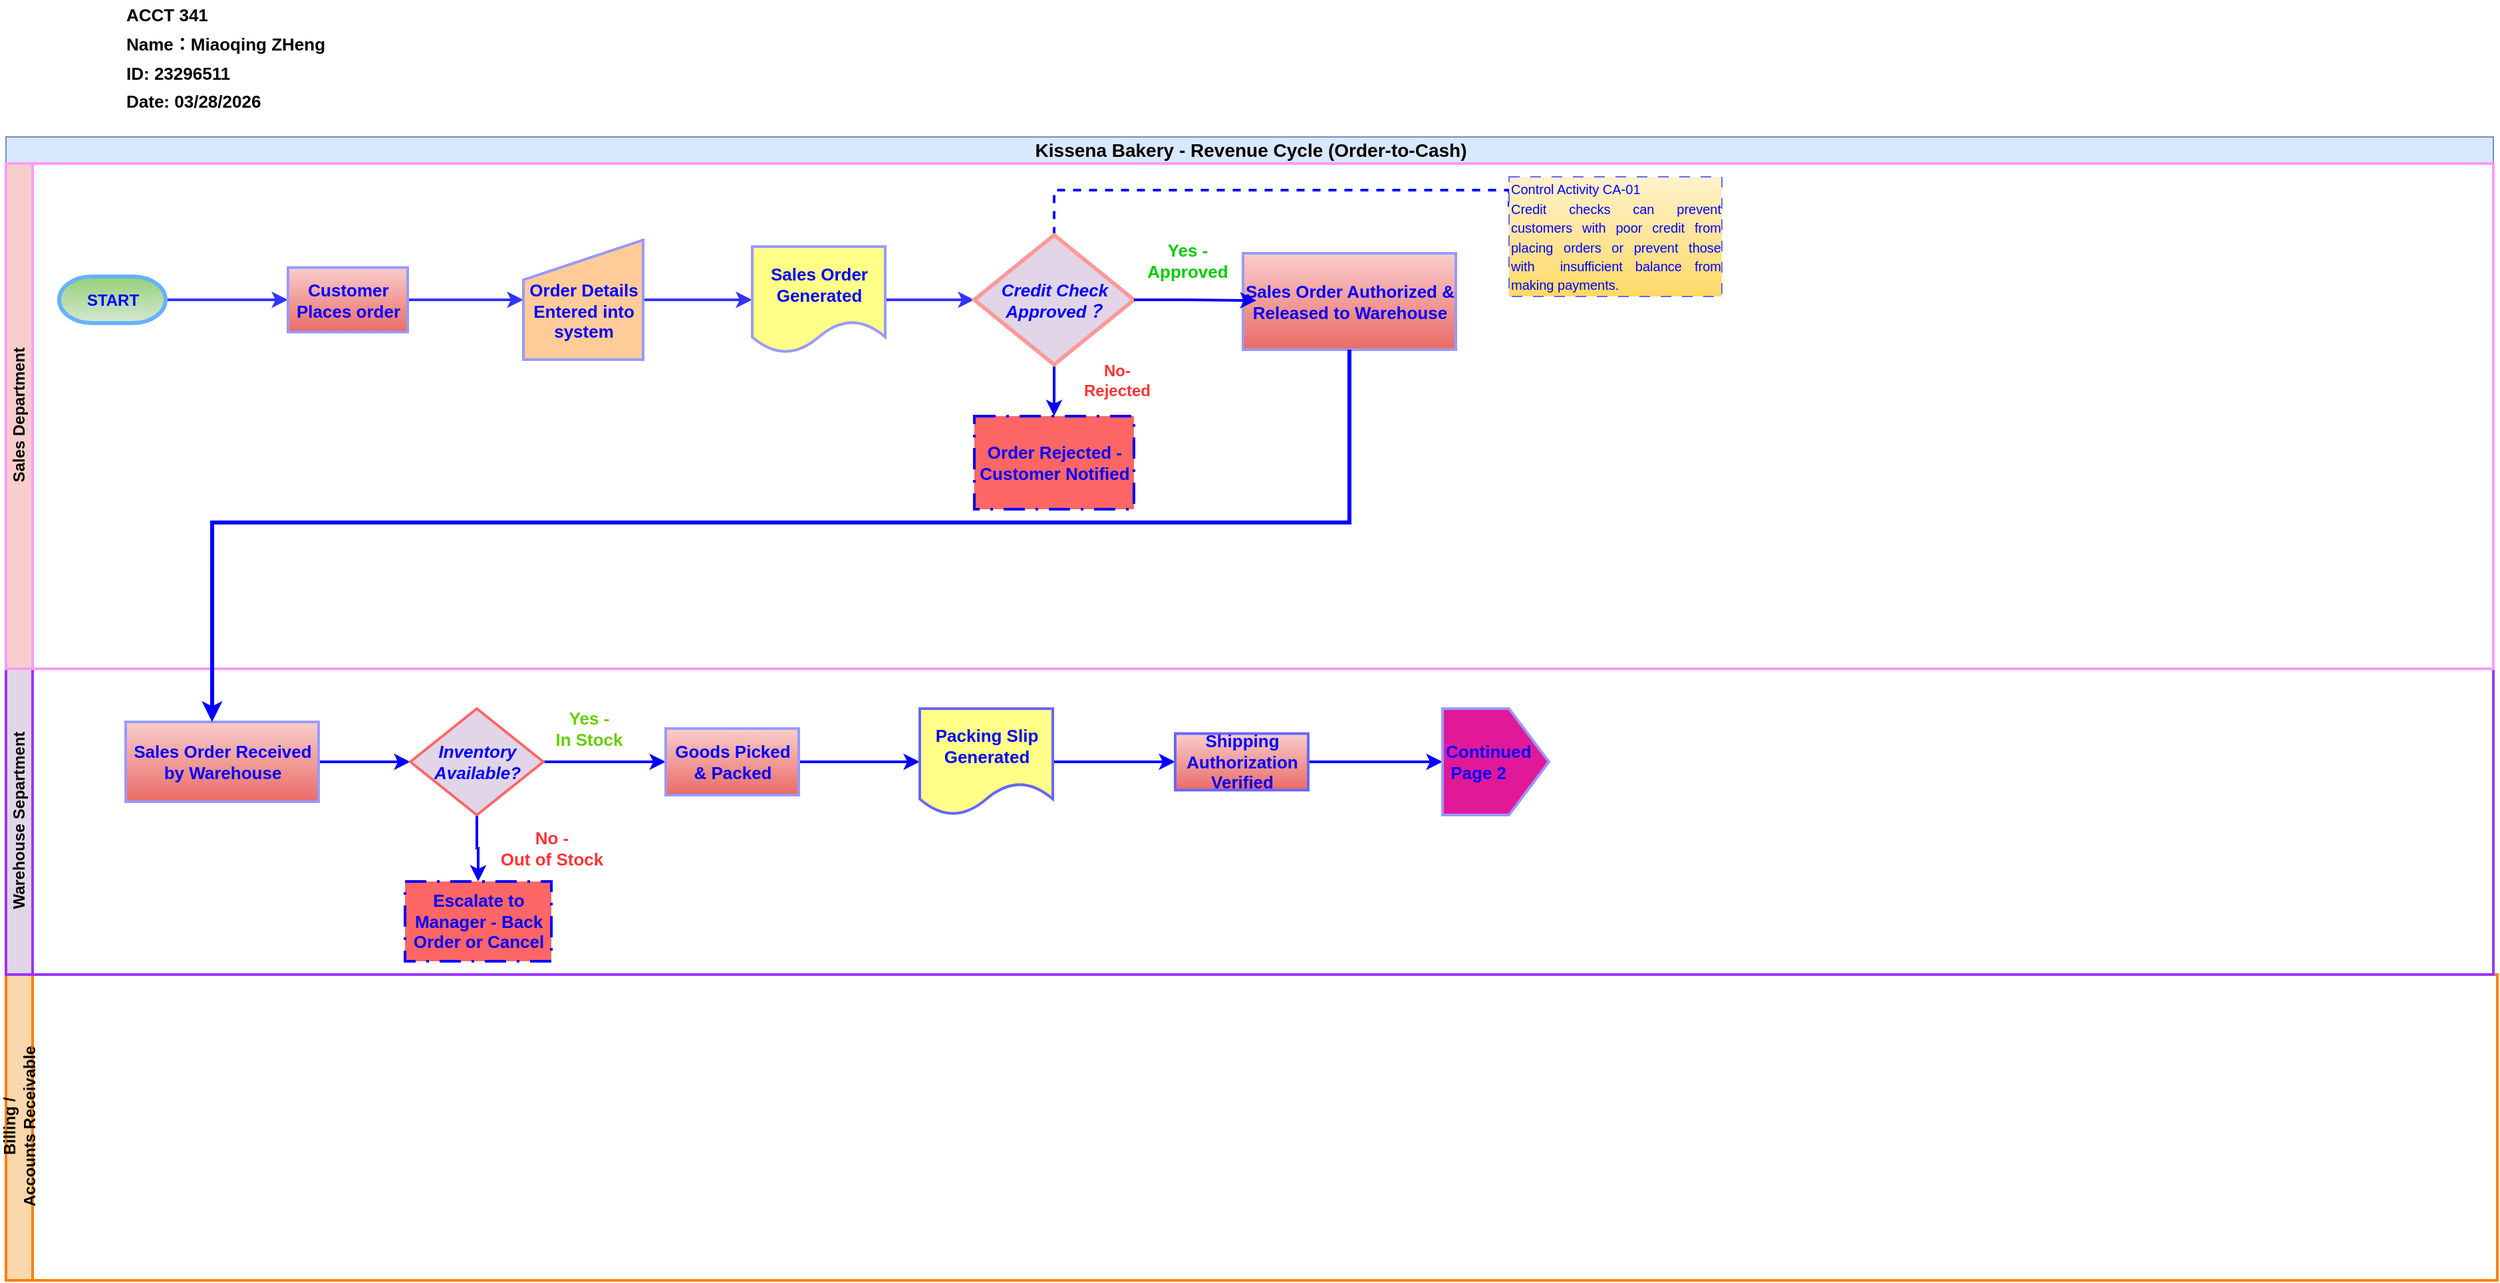
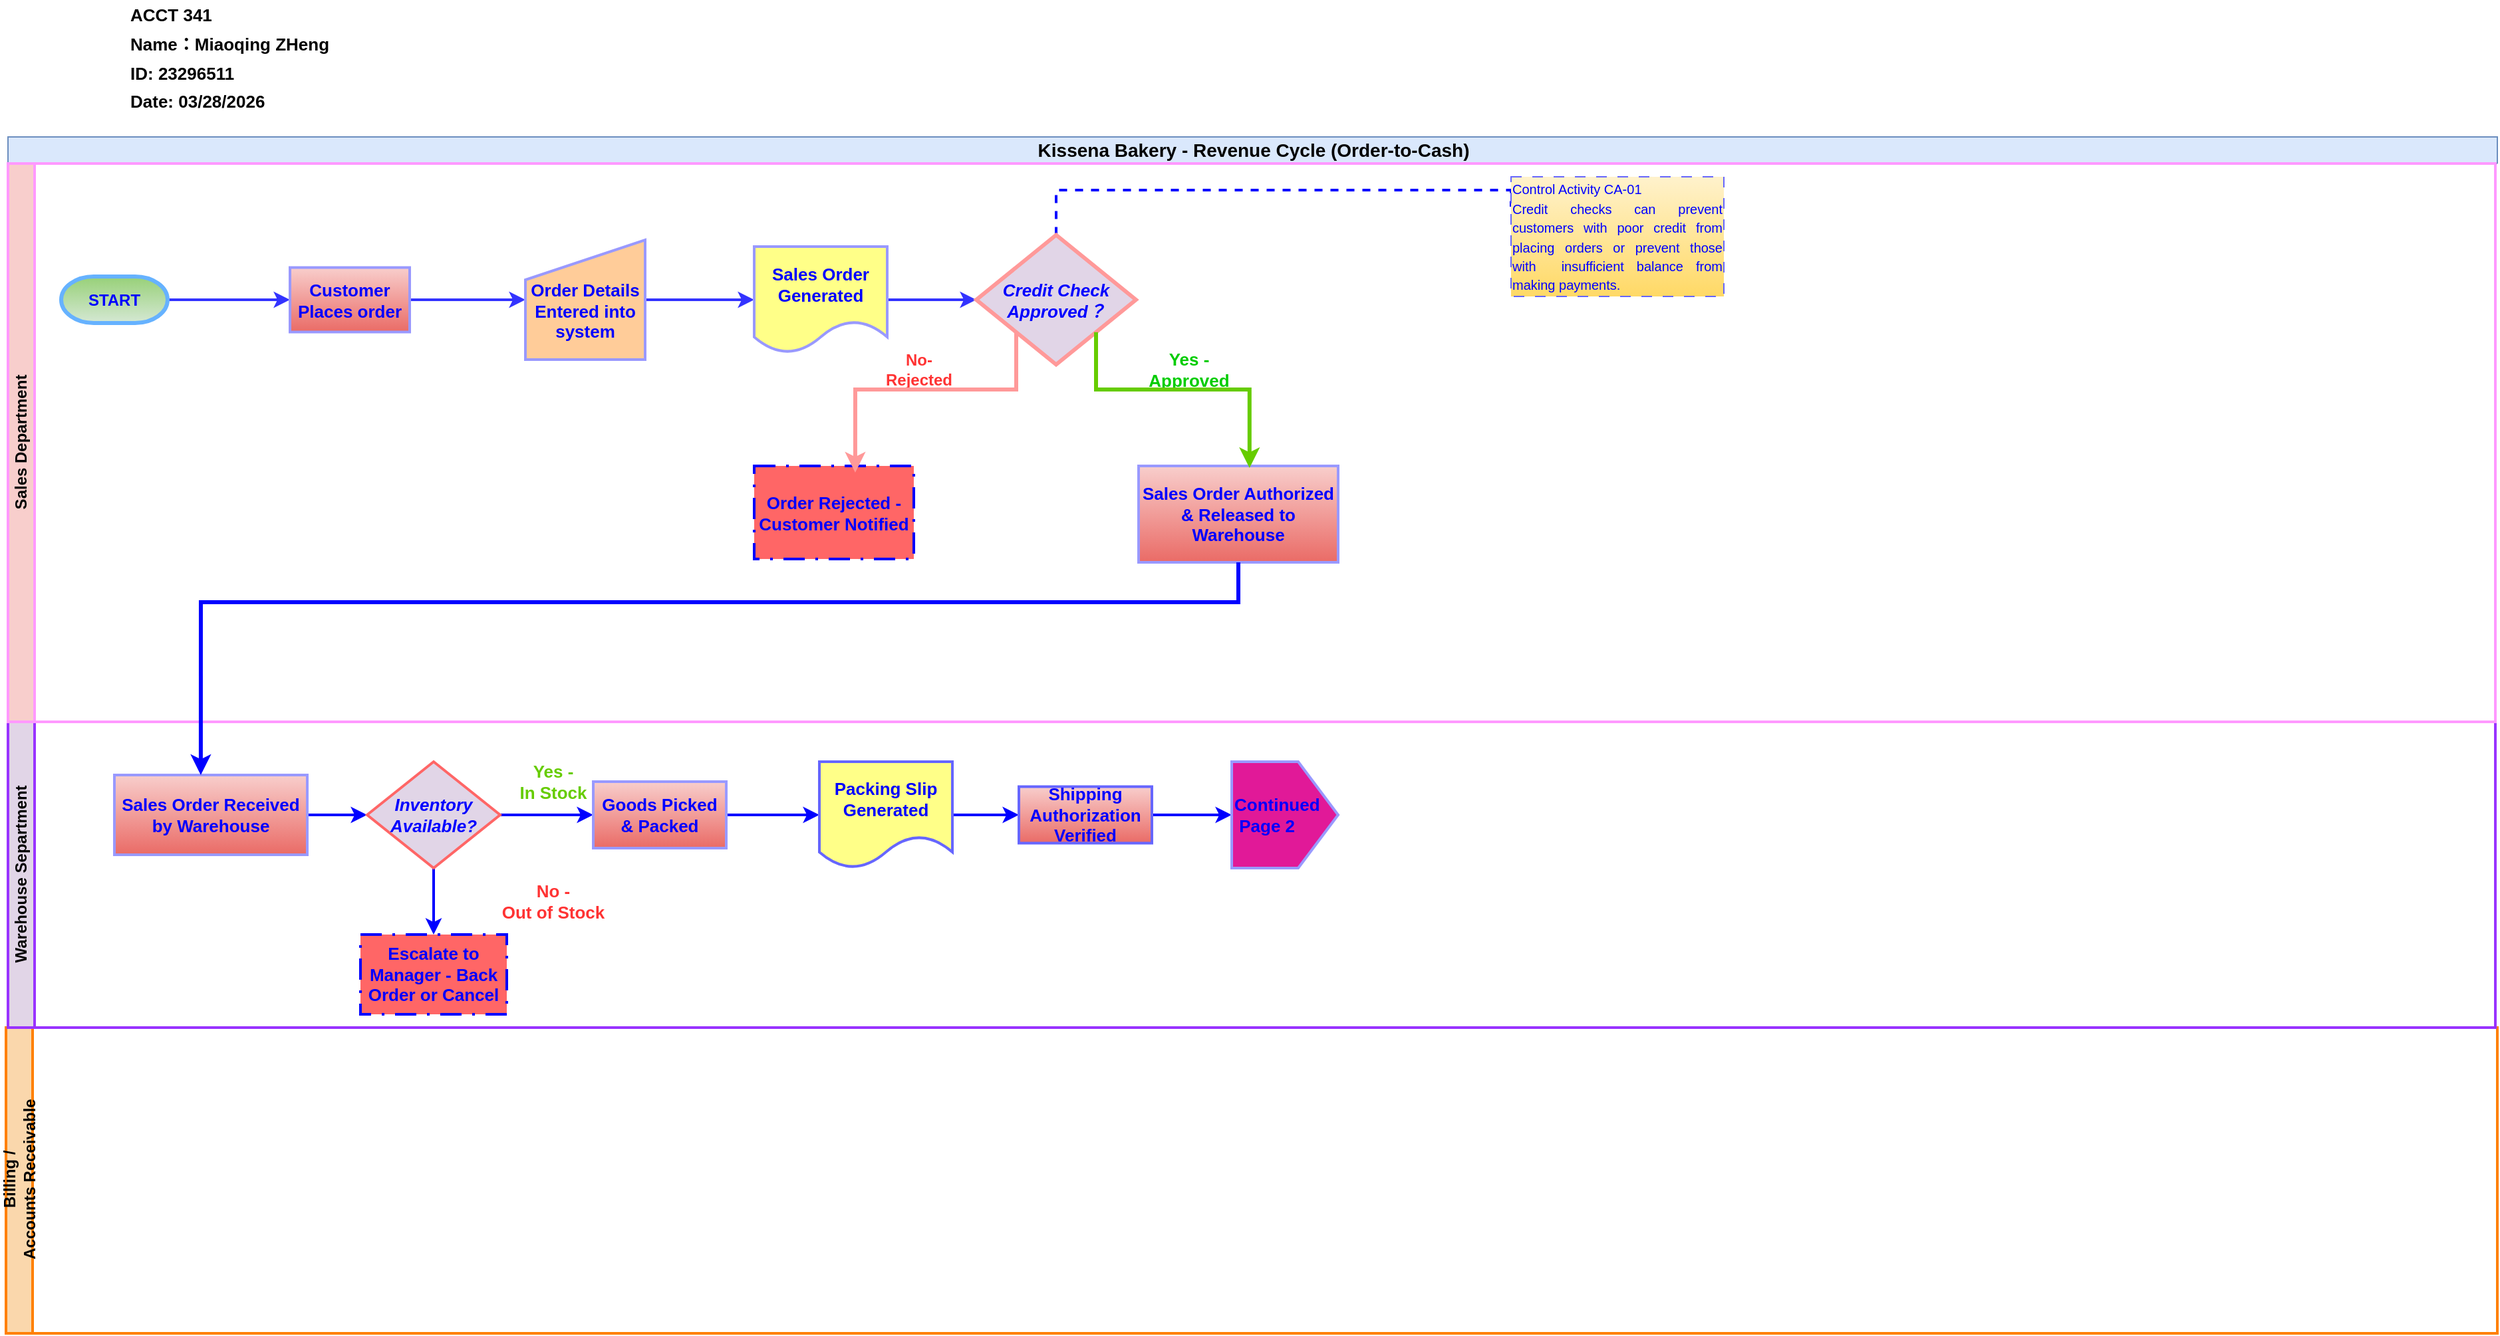
<mxfile host="app.diagrams.net" agent="Mozilla/5.0 (Windows NT 10.0; Win64; x64) AppleWebKit/537.36 (KHTML, like Gecko) Chrome/146.0.0.0 Safari/537.36" version="29.6.6" pages="2">
  <diagram name="Page-1" id="klMabU_GDppZGB9yFFRy">
    <mxGraphModel dx="2066" dy="743" grid="1" gridSize="10" guides="1" tooltips="1" connect="1" arrows="1" fold="1" page="1" pageScale="1" pageWidth="1100" pageHeight="850" math="0" shadow="0">
      <root>
        <mxCell id="0" />
        <mxCell id="1" parent="0" />
        <mxCell id="0vQu63eh7_hz7IOFjZfk-1" parent="1" style="swimlane;childLayout=stackLayout;resizeParent=1;resizeParentMax=0;horizontal=1;startSize=20;horizontalStack=0;html=1;fillColor=#dae8fc;strokeColor=#6c8ebf;" value="&lt;div style=&quot;text-align: start;&quot;&gt;&lt;font style=&quot;font-size: 14px;&quot;&gt;Kissena Bakery - Revenue Cycle (Order-to-Cash)&lt;/font&gt;&lt;/div&gt;" vertex="1">
-           <mxGeometry height="20" width="1870" x="81.5" y="130" as="geometry" />
+           <mxGeometry height="20" width="1871.5" x="80" y="130" as="geometry" />
        </mxCell>
        <mxCell id="0vQu63eh7_hz7IOFjZfk-4" parent="1" style="swimlane;startSize=20;horizontal=0;html=1;fillColor=#fad7ac;strokeColor=#FF8000;strokeWidth=2;" value="Billing /&lt;br&gt;Accounts Receivable" vertex="1">
-           <mxGeometry height="230" width="1873" x="81.5" y="760" as="geometry">
+           <mxGeometry height="230" width="1873" x="78.5" y="800" as="geometry">
            <mxRectangle height="30" width="500" y="310" as="alternateBounds" />
          </mxGeometry>
        </mxCell>
        <mxCell id="0YdZOAwKbOOHbmaocjk8-1" parent="1" style="text;html=1;whiteSpace=wrap;strokeColor=none;fillColor=none;align=left;verticalAlign=middle;rounded=0;fontSize=18;fontStyle=1" value="&lt;div&gt;&lt;font style=&quot;font-size: 13px;&quot;&gt;ACCT 341&lt;/font&gt;&lt;/div&gt;&lt;font style=&quot;font-size: 13px;&quot;&gt;Name：Miaoqing ZHeng&lt;/font&gt;&lt;div&gt;&lt;font style=&quot;font-size: 13px;&quot;&gt;ID: 23296511&lt;/font&gt;&lt;/div&gt;&lt;div&gt;&lt;font style=&quot;font-size: 13px;&quot;&gt;Date: 03/28/2026&lt;/font&gt;&lt;/div&gt;" vertex="1">
          <mxGeometry height="60" width="329" x="170" y="40" as="geometry" />
        </mxCell>
        <mxCell id="0vQu63eh7_hz7IOFjZfk-3" parent="1" style="swimlane;startSize=20;horizontal=0;html=1;fillColor=#e1d5e7;strokeColor=#9933FF;strokeWidth=2;" value="Warehouse Separtment" vertex="1">
-           <mxGeometry height="230" width="1870" x="81.5" y="530" as="geometry" />
+           <mxGeometry height="230" width="1870" x="80" y="570" as="geometry" />
        </mxCell>
        <mxCell id="pGH0SQg9JUakCyH8bkGQ-32" edge="1" parent="0vQu63eh7_hz7IOFjZfk-3" source="0vQu63eh7_hz7IOFjZfk-73" style="edgeStyle=orthogonalEdgeStyle;rounded=0;orthogonalLoop=1;jettySize=auto;html=1;exitX=1;exitY=0.5;exitDx=0;exitDy=0;entryX=0;entryY=0.5;entryDx=0;entryDy=0;strokeColor=#0000FF;strokeWidth=2;" target="0vQu63eh7_hz7IOFjZfk-92">
          <mxGeometry relative="1" as="geometry" />
        </mxCell>
        <mxCell id="0vQu63eh7_hz7IOFjZfk-73" parent="0vQu63eh7_hz7IOFjZfk-3" style="html=1;dashed=0;whiteSpace=wrap;fillColor=#f8cecc;gradientColor=#ea6b66;strokeColor=#9999FF;strokeWidth=2;" value="&lt;font style=&quot;font-size: 13px; color: rgb(0, 0, 255);&quot;&gt;&lt;b&gt;Sales Order Received by Warehouse&lt;/b&gt;&lt;/font&gt;" vertex="1">
-           <mxGeometry height="60" width="145" x="90" y="40" as="geometry" />
+           <mxGeometry height="60" width="145" x="80" y="40" as="geometry" />
        </mxCell>
        <mxCell id="pGH0SQg9JUakCyH8bkGQ-31" edge="1" parent="0vQu63eh7_hz7IOFjZfk-3" source="0vQu63eh7_hz7IOFjZfk-92" style="edgeStyle=orthogonalEdgeStyle;rounded=0;orthogonalLoop=1;jettySize=auto;html=1;exitX=1;exitY=0.5;exitDx=0;exitDy=0;entryX=0;entryY=0.5;entryDx=0;entryDy=0;strokeColor=#0000FF;strokeWidth=2;" target="0vQu63eh7_hz7IOFjZfk-106">
          <mxGeometry relative="1" as="geometry" />
        </mxCell>
        <mxCell id="pGH0SQg9JUakCyH8bkGQ-34" edge="1" parent="0vQu63eh7_hz7IOFjZfk-3" source="0vQu63eh7_hz7IOFjZfk-92" style="edgeStyle=orthogonalEdgeStyle;rounded=0;orthogonalLoop=1;jettySize=auto;html=1;exitX=0.5;exitY=1;exitDx=0;exitDy=0;entryX=0.5;entryY=0;entryDx=0;entryDy=0;strokeColor=#0000FF;strokeWidth=2;" target="0vQu63eh7_hz7IOFjZfk-96">
          <mxGeometry relative="1" as="geometry" />
        </mxCell>
        <mxCell id="0vQu63eh7_hz7IOFjZfk-92" parent="0vQu63eh7_hz7IOFjZfk-3" style="rhombus;whiteSpace=wrap;html=1;fillColor=#e1d5e7;strokeColor=light-dark(#FF6666,#FF3333);strokeWidth=2;" value="&lt;font style=&quot;font-size: 13px; color: rgb(0, 0, 255);&quot;&gt;&lt;b&gt;&lt;i&gt;Inventory Available?&lt;/i&gt;&lt;/b&gt;&lt;/font&gt;" vertex="1">
-           <mxGeometry height="80" width="100" x="304" y="30" as="geometry" />
+           <mxGeometry height="80" width="100" x="270" y="30" as="geometry" />
        </mxCell>
        <mxCell id="0vQu63eh7_hz7IOFjZfk-96" parent="0vQu63eh7_hz7IOFjZfk-3" style="html=1;dashed=1;whiteSpace=wrap;fillColor=#FF6666;strokeColor=#0000FF;fontColor=#ffffff;dashPattern=8 4 1 4;strokeWidth=2;" value="&lt;b&gt;&lt;font style=&quot;font-size: 13px; color: rgb(0, 0, 255);&quot;&gt;Escalate to Manager - Back Order or Cancel&lt;/font&gt;&lt;/b&gt;" vertex="1">
-           <mxGeometry height="60" width="110" x="300" y="160" as="geometry" />
+           <mxGeometry height="60" width="110" x="265" y="160" as="geometry" />
        </mxCell>
        <mxCell id="46-Umk2mzS9Czotzx1H9-6" edge="1" parent="0vQu63eh7_hz7IOFjZfk-3" source="0vQu63eh7_hz7IOFjZfk-106" style="edgeStyle=orthogonalEdgeStyle;rounded=0;orthogonalLoop=1;jettySize=auto;html=1;exitX=1;exitY=0.5;exitDx=0;exitDy=0;entryX=0;entryY=0.5;entryDx=0;entryDy=0;strokeColor=#0000FF;strokeWidth=2;" target="0vQu63eh7_hz7IOFjZfk-110">
          <mxGeometry relative="1" as="geometry" />
        </mxCell>
        <mxCell id="0vQu63eh7_hz7IOFjZfk-106" parent="0vQu63eh7_hz7IOFjZfk-3" style="html=1;dashed=0;whiteSpace=wrap;strokeWidth=2;fillColor=#f8cecc;gradientColor=#ea6b66;strokeColor=#9999FF;" value="&lt;font style=&quot;font-size: 13px; color: rgb(0, 0, 255);&quot;&gt;&lt;b&gt;Goods Picked &amp;amp; Packed&lt;/b&gt;&lt;/font&gt;" vertex="1">
-           <mxGeometry height="50" width="100" x="496" y="45" as="geometry" />
+           <mxGeometry height="50" width="100" x="440" y="45" as="geometry" />
        </mxCell>
        <mxCell id="46-Umk2mzS9Czotzx1H9-8" edge="1" parent="0vQu63eh7_hz7IOFjZfk-3" source="0vQu63eh7_hz7IOFjZfk-110" style="edgeStyle=orthogonalEdgeStyle;rounded=0;orthogonalLoop=1;jettySize=auto;html=1;exitX=1;exitY=0.5;exitDx=0;exitDy=0;entryX=0;entryY=0.5;entryDx=0;entryDy=0;strokeColor=#0000FF;strokeWidth=2;" target="0vQu63eh7_hz7IOFjZfk-112">
          <mxGeometry relative="1" as="geometry" />
        </mxCell>
        <mxCell id="0vQu63eh7_hz7IOFjZfk-110" parent="0vQu63eh7_hz7IOFjZfk-3" style="shape=document;whiteSpace=wrap;html=1;boundedLbl=1;strokeWidth=2;fillColor=#ffff88;strokeColor=#6666FF;" value="&lt;font style=&quot;font-size: 13px; color: rgb(0, 0, 255);&quot;&gt;&lt;b&gt;Packing Slip Generated&lt;/b&gt;&lt;/font&gt;" vertex="1">
-           <mxGeometry height="80" width="100" x="687" y="30" as="geometry" />
+           <mxGeometry height="80" width="100" x="610" y="30" as="geometry" />
        </mxCell>
        <mxCell id="G1smnQENkRiUrPdJOTDi-2" edge="1" parent="0vQu63eh7_hz7IOFjZfk-3" source="0vQu63eh7_hz7IOFjZfk-112" style="edgeStyle=orthogonalEdgeStyle;rounded=0;orthogonalLoop=1;jettySize=auto;html=1;exitX=1;exitY=0.5;exitDx=0;exitDy=0;entryX=0.5;entryY=0;entryDx=0;entryDy=0;strokeColor=#0000FF;strokeWidth=2;" target="G1smnQENkRiUrPdJOTDi-1">
          <mxGeometry relative="1" as="geometry" />
        </mxCell>
        <mxCell id="0vQu63eh7_hz7IOFjZfk-112" parent="0vQu63eh7_hz7IOFjZfk-3" style="html=1;dashed=0;whiteSpace=wrap;strokeColor=#6666FF;fillColor=#f8cecc;gradientColor=#ea6b66;fontStyle=1;strokeWidth=2;" value="&lt;font style=&quot;font-size: 13px; color: rgb(0, 0, 255);&quot;&gt;Shipping Authorization Verified&lt;/font&gt;" vertex="1">
-           <mxGeometry height="42.5" width="100" x="879" y="48.75" as="geometry" />
+           <mxGeometry height="42.5" width="100" x="760" y="48.75" as="geometry" />
        </mxCell>
        <mxCell id="0vQu63eh7_hz7IOFjZfk-98" parent="0vQu63eh7_hz7IOFjZfk-3" style="text;html=1;whiteSpace=wrap;strokeColor=none;fillColor=none;align=center;verticalAlign=middle;rounded=0;fontColor=#FF3333;" value="&lt;font style=&quot;font-size: 13px;&quot;&gt;&lt;b&gt;No - &lt;br&gt;Out of Stock&lt;/b&gt;&lt;/font&gt;" vertex="1">
          <mxGeometry height="30" width="80" x="370" y="120" as="geometry" />
        </mxCell>
        <mxCell id="G1smnQENkRiUrPdJOTDi-1" parent="0vQu63eh7_hz7IOFjZfk-3" style="shape=offPageConnector;whiteSpace=wrap;html=1;direction=north;strokeColor=#9999FF;fillColor=#E11998;align=left;strokeWidth=2;" value="&lt;b style=&quot;color: rgb(0, 0, 255); font-size: 13px; text-wrap-mode: nowrap;&quot;&gt;Continued&lt;br&gt;&amp;nbsp;Page 2&lt;/b&gt;" vertex="1">
-           <mxGeometry height="80" width="80" x="1080" y="30" as="geometry" />
-         </mxCell>
-         <mxCell id="0vQu63eh7_hz7IOFjZfk-2" parent="0vQu63eh7_hz7IOFjZfk-3" style="swimlane;startSize=20;horizontal=0;html=1;fillColor=#f8cecc;strokeColor=#FF99FF;strokeWidth=2;" value="Sales Department" vertex="1">
-           <mxGeometry height="380" width="1870" y="-380" as="geometry">
+           <mxGeometry height="80" width="80" x="920" y="30" as="geometry" />
+         </mxCell>
+         <mxCell id="46-Umk2mzS9Czotzx1H9-12" parent="0vQu63eh7_hz7IOFjZfk-3" style="text;html=1;whiteSpace=wrap;strokeColor=none;fillColor=none;align=center;verticalAlign=middle;rounded=0;" value="&lt;b style=&quot;color: rgb(102, 204, 0);&quot;&gt;&lt;font style=&quot;font-size: 13px;&quot;&gt;Yes -&lt;br&gt;In Stock&lt;/font&gt;&lt;/b&gt;" vertex="1">
+           <mxGeometry height="30" width="80" x="370" y="30" as="geometry" />
+         </mxCell>
+         <mxCell id="0vQu63eh7_hz7IOFjZfk-2" parent="1" style="swimlane;startSize=20;horizontal=0;html=1;fillColor=#f8cecc;strokeColor=#FF99FF;strokeWidth=2;" value="Sales Department" vertex="1">
+           <mxGeometry height="420" width="1870" x="80" y="150" as="geometry">
            <mxRectangle height="30" width="610" y="20" as="alternateBounds" />
          </mxGeometry>
        </mxCell>
        <mxCell id="0vQu63eh7_hz7IOFjZfk-43" edge="1" parent="0vQu63eh7_hz7IOFjZfk-2" source="0vQu63eh7_hz7IOFjZfk-10" style="edgeStyle=orthogonalEdgeStyle;rounded=0;orthogonalLoop=1;jettySize=auto;html=1;exitX=0;exitY=0.5;exitDx=0;exitDy=0;exitPerimeter=0;entryX=0;entryY=0.5;entryDx=0;entryDy=0;strokeColor=#3333FF;strokeWidth=2;" target="0vQu63eh7_hz7IOFjZfk-15">
          <mxGeometry relative="1" as="geometry" />
        </mxCell>
        <mxCell id="0vQu63eh7_hz7IOFjZfk-10" parent="0vQu63eh7_hz7IOFjZfk-2" style="strokeWidth=3;html=1;shape=mxgraph.flowchart.terminator;whiteSpace=wrap;direction=west;fillColor=#d5e8d4;gradientColor=#97d077;strokeColor=#66B2FF;" value="&lt;b&gt;&lt;font style=&quot;color: rgb(0, 0, 255);&quot;&gt;START&lt;/font&gt;&lt;/b&gt;" vertex="1">
          <mxGeometry height="35" width="80" x="40" y="85" as="geometry" />
        </mxCell>
        <mxCell id="46-Umk2mzS9Czotzx1H9-2" edge="1" parent="0vQu63eh7_hz7IOFjZfk-2" source="0vQu63eh7_hz7IOFjZfk-15" style="edgeStyle=orthogonalEdgeStyle;rounded=0;orthogonalLoop=1;jettySize=auto;html=1;exitX=1;exitY=0.5;exitDx=0;exitDy=0;entryX=0;entryY=0.5;entryDx=0;entryDy=0;strokeColor=#3333FF;strokeWidth=2;" target="0vQu63eh7_hz7IOFjZfk-20">
          <mxGeometry relative="1" as="geometry" />
        </mxCell>
        <mxCell id="0vQu63eh7_hz7IOFjZfk-15" parent="0vQu63eh7_hz7IOFjZfk-2" style="html=1;dashed=0;whiteSpace=wrap;strokeWidth=2;fillColor=#f8cecc;strokeColor=#9999FF;gradientColor=#ea6b66;" value="&lt;font style=&quot;font-size: 13px; color: rgb(0, 0, 255);&quot;&gt;&lt;b style=&quot;&quot;&gt;Customer Places order&lt;/b&gt;&lt;/font&gt;" vertex="1">
          <mxGeometry height="48.5" width="90" x="212" y="78.25" as="geometry" />
        </mxCell>
        <mxCell id="46-Umk2mzS9Czotzx1H9-3" edge="1" parent="0vQu63eh7_hz7IOFjZfk-2" source="0vQu63eh7_hz7IOFjZfk-20" style="edgeStyle=orthogonalEdgeStyle;rounded=0;orthogonalLoop=1;jettySize=auto;html=1;exitX=1;exitY=0.5;exitDx=0;exitDy=0;entryX=0;entryY=0.5;entryDx=0;entryDy=0;strokeColor=#3333FF;strokeWidth=2;" target="0vQu63eh7_hz7IOFjZfk-30">
          <mxGeometry relative="1" as="geometry" />
        </mxCell>
        <mxCell id="0vQu63eh7_hz7IOFjZfk-20" parent="0vQu63eh7_hz7IOFjZfk-2" style="shape=manualInput;whiteSpace=wrap;html=1;align=center;fillColor=#ffcc99;strokeColor=#9999FF;strokeWidth=2;" value="&lt;div style=&quot;&quot;&gt;&lt;span style=&quot;background-color: transparent;&quot;&gt;&lt;b style=&quot;&quot;&gt;&lt;font style=&quot;font-size: 13px; color: rgb(0, 0, 255);&quot;&gt;&lt;br&gt;&lt;/font&gt;&lt;/b&gt;&lt;/span&gt;&lt;/div&gt;&lt;div style=&quot;&quot;&gt;&lt;span style=&quot;background-color: transparent;&quot;&gt;&lt;b style=&quot;&quot;&gt;&lt;font style=&quot;font-size: 13px; color: rgb(0, 0, 255);&quot;&gt;Order Details Entered into system&lt;/font&gt;&lt;/b&gt;&lt;/span&gt;&lt;/div&gt;" vertex="1">
          <mxGeometry height="90" width="90" x="389" y="57.5" as="geometry" />
        </mxCell>
        <mxCell id="0vQu63eh7_hz7IOFjZfk-35" edge="1" parent="0vQu63eh7_hz7IOFjZfk-2" style="edgeStyle=orthogonalEdgeStyle;rounded=0;orthogonalLoop=1;jettySize=auto;html=1;exitX=0;exitY=0.5;exitDx=0;exitDy=0;">
          <mxGeometry relative="1" as="geometry">
            <mxPoint x="410" y="105" as="sourcePoint" />
            <mxPoint x="410" y="105" as="targetPoint" />
          </mxGeometry>
        </mxCell>
        <mxCell id="46-Umk2mzS9Czotzx1H9-4" edge="1" parent="0vQu63eh7_hz7IOFjZfk-2" source="0vQu63eh7_hz7IOFjZfk-30" style="edgeStyle=orthogonalEdgeStyle;rounded=0;orthogonalLoop=1;jettySize=auto;html=1;exitX=1;exitY=0.5;exitDx=0;exitDy=0;entryX=0;entryY=0.5;entryDx=0;entryDy=0;strokeColor=#3333FF;strokeWidth=2;" target="0vQu63eh7_hz7IOFjZfk-34">
          <mxGeometry relative="1" as="geometry" />
        </mxCell>
        <mxCell id="0vQu63eh7_hz7IOFjZfk-30" parent="0vQu63eh7_hz7IOFjZfk-2" style="shape=document;whiteSpace=wrap;html=1;boundedLbl=1;strokeWidth=2;fillColor=#ffff88;strokeColor=#9999FF;" value="&lt;font style=&quot;font-size: 13px; color: rgb(0, 0, 255);&quot;&gt;&lt;b&gt;Sales Order Generated&lt;/b&gt;&lt;/font&gt;" vertex="1">
          <mxGeometry height="80" width="100" x="561" y="62.5" as="geometry" />
        </mxCell>
        <mxCell id="pGH0SQg9JUakCyH8bkGQ-28" edge="1" parent="0vQu63eh7_hz7IOFjZfk-2" source="0vQu63eh7_hz7IOFjZfk-34" style="edgeStyle=orthogonalEdgeStyle;rounded=0;orthogonalLoop=1;jettySize=auto;html=1;exitX=0.5;exitY=0;exitDx=0;exitDy=0;entryX=0;entryY=0.25;entryDx=0;entryDy=0;endArrow=none;endFill=0;dashed=1;strokeWidth=2;strokeColor=#0000FF;" target="pGH0SQg9JUakCyH8bkGQ-23">
          <mxGeometry relative="1" as="geometry">
            <Array as="points">
              <mxPoint x="788" y="20" />
              <mxPoint x="1130" y="20" />
            </Array>
          </mxGeometry>
        </mxCell>
-         <mxCell id="DywWvH4VDf4e1SjyT3sU-2" edge="1" parent="0vQu63eh7_hz7IOFjZfk-2" source="0vQu63eh7_hz7IOFjZfk-34" style="edgeStyle=orthogonalEdgeStyle;rounded=0;orthogonalLoop=1;jettySize=auto;html=1;exitX=0.5;exitY=1;exitDx=0;exitDy=0;entryX=0.5;entryY=0;entryDx=0;entryDy=0;strokeColor=#0000FF;strokeWidth=2;" target="0vQu63eh7_hz7IOFjZfk-65">
-           <mxGeometry relative="1" as="geometry" />
-         </mxCell>
        <mxCell id="0vQu63eh7_hz7IOFjZfk-34" parent="0vQu63eh7_hz7IOFjZfk-2" style="rhombus;whiteSpace=wrap;html=1;fillColor=#e1d5e7;strokeColor=#FF9999;strokeWidth=3;" value="&lt;font style=&quot;font-size: 13px; color: rgb(0, 0, 255);&quot;&gt;&lt;b&gt;&lt;i&gt;Credit Check Approved？&lt;/i&gt;&lt;/b&gt;&lt;/font&gt;" vertex="1">
          <mxGeometry height="97.5" width="120" x="728" y="53.75" as="geometry" />
        </mxCell>
        <mxCell id="0vQu63eh7_hz7IOFjZfk-60" parent="0vQu63eh7_hz7IOFjZfk-2" style="text;html=1;whiteSpace=wrap;strokeColor=none;fillColor=none;align=center;verticalAlign=middle;rounded=0;fontColor=#00CC00;" value="&lt;font style=&quot;font-size: 13px;&quot;&gt;&lt;b style=&quot;&quot;&gt;Yes - Approved&lt;/b&gt;&lt;/font&gt;" vertex="1">
-           <mxGeometry height="30" width="80" x="848" y="57.5" as="geometry" />
+           <mxGeometry height="30" width="80" x="848" y="140" as="geometry" />
        </mxCell>
        <mxCell id="0vQu63eh7_hz7IOFjZfk-65" parent="0vQu63eh7_hz7IOFjZfk-2" style="html=1;dashed=1;whiteSpace=wrap;strokeWidth=2;fillColor=light-dark(#FF6666,#FF3333);strokeColor=#0000FF;fontColor=#ffffff;fontStyle=1;dashPattern=8 4 1 4;" value="&lt;font style=&quot;font-size: 13px; color: rgb(0, 0, 255);&quot;&gt;Order Rejected - Customer Notified&lt;/font&gt;" vertex="1">
-           <mxGeometry height="70" width="120" x="728" y="190" as="geometry" />
+           <mxGeometry height="70" width="120" x="561" y="227.5" as="geometry" />
        </mxCell>
        <mxCell id="0vQu63eh7_hz7IOFjZfk-67" parent="0vQu63eh7_hz7IOFjZfk-2" style="html=1;dashed=0;whiteSpace=wrap;fillColor=#f8cecc;gradientColor=#ea6b66;strokeColor=#9999FF;strokeWidth=2;" value="&lt;font style=&quot;font-size: 13px; color: rgb(0, 0, 255);&quot;&gt;&lt;b&gt;Sales Order Authorized &amp;amp; Released to Warehouse&lt;/b&gt;&lt;/font&gt;" vertex="1">
-           <mxGeometry height="72.5" width="160" x="930" y="67.5" as="geometry" />
+           <mxGeometry height="72.5" width="150" x="850" y="227.5" as="geometry" />
        </mxCell>
        <mxCell id="pGH0SQg9JUakCyH8bkGQ-23" parent="0vQu63eh7_hz7IOFjZfk-2" style="html=1;dashed=1;whiteSpace=wrap;dashPattern=8 8;fillColor=#fff2cc;gradientColor=#ffd966;strokeColor=light-dark(#6666FF,#6D5100);strokeWidth=1;" value="&lt;div style=&quot;text-align: justify;&quot;&gt;&lt;span style=&quot;font-size: 10px; background-color: transparent;&quot;&gt;&lt;font style=&quot;color: rgb(0, 0, 255);&quot;&gt;Control Activity&amp;nbsp;CA-01&lt;/font&gt;&lt;/span&gt;&lt;/div&gt;&lt;font style=&quot;color: rgb(0, 0, 255);&quot;&gt;&lt;div style=&quot;text-align: justify;&quot;&gt;&lt;span style=&quot;font-size: 10px; background-color: transparent;&quot;&gt;Credit checks can prevent customers with poor credit from placing orders or prevent those with&amp;nbsp; insufficient balance from making payments.&lt;/span&gt;&lt;/div&gt;&lt;/font&gt;" vertex="1">
          <mxGeometry height="90" width="160" x="1130" y="10" as="geometry" />
        </mxCell>
        <mxCell id="DywWvH4VDf4e1SjyT3sU-3" parent="0vQu63eh7_hz7IOFjZfk-2" style="text;html=1;whiteSpace=wrap;strokeColor=none;fillColor=none;align=center;verticalAlign=middle;rounded=0;fontSize=12;fontStyle=1;fontColor=#FF3333;" value="&lt;span&gt;&lt;font style=&quot;&quot;&gt;No-Rejected&lt;/font&gt;&lt;/span&gt;" vertex="1">
-           <mxGeometry height="30" width="70" x="800" y="147.5" as="geometry" />
-         </mxCell>
-         <mxCell id="G1smnQENkRiUrPdJOTDi-3" edge="1" parent="0vQu63eh7_hz7IOFjZfk-2" source="0vQu63eh7_hz7IOFjZfk-34" style="edgeStyle=orthogonalEdgeStyle;rounded=0;orthogonalLoop=1;jettySize=auto;html=1;exitX=1;exitY=0.5;exitDx=0;exitDy=0;entryX=0.063;entryY=0.49;entryDx=0;entryDy=0;entryPerimeter=0;strokeColor=#0000FF;strokeWidth=2;" target="0vQu63eh7_hz7IOFjZfk-67">
-           <mxGeometry relative="1" as="geometry" />
-         </mxCell>
-         <mxCell id="0vQu63eh7_hz7IOFjZfk-86" edge="1" parent="0vQu63eh7_hz7IOFjZfk-3" source="0vQu63eh7_hz7IOFjZfk-67" style="edgeStyle=orthogonalEdgeStyle;rounded=0;orthogonalLoop=1;jettySize=auto;html=1;exitX=0.5;exitY=1;exitDx=0;exitDy=0;entryX=0.448;entryY=0;entryDx=0;entryDy=0;entryPerimeter=0;fontColor=#0000CC;strokeColor=#0000FF;strokeWidth=3;" target="0vQu63eh7_hz7IOFjZfk-73">
-           <mxGeometry relative="1" as="geometry">
-             <Array as="points">
-               <mxPoint x="1010" y="-110" />
-               <mxPoint x="155" y="-110" />
-             </Array>
-           </mxGeometry>
-         </mxCell>
-         <mxCell id="46-Umk2mzS9Czotzx1H9-12" parent="0vQu63eh7_hz7IOFjZfk-3" style="text;html=1;whiteSpace=wrap;strokeColor=none;fillColor=none;align=center;verticalAlign=middle;rounded=0;" value="&lt;b style=&quot;color: rgb(102, 204, 0);&quot;&gt;&lt;font style=&quot;font-size: 13px;&quot;&gt;Yes -&lt;br&gt;In Stock&lt;/font&gt;&lt;/b&gt;" vertex="1">
-           <mxGeometry height="30" width="80" x="398.5" y="30" as="geometry" />
+           <mxGeometry height="30" width="70" x="650" y="140" as="geometry" />
+         </mxCell>
+         <mxCell id="JjxT6XXtwAddX6sOskqe-2" edge="1" parent="0vQu63eh7_hz7IOFjZfk-2" source="0vQu63eh7_hz7IOFjZfk-34" style="edgeStyle=orthogonalEdgeStyle;rounded=0;orthogonalLoop=1;jettySize=auto;html=1;exitX=0;exitY=1;exitDx=0;exitDy=0;entryX=0.633;entryY=0.071;entryDx=0;entryDy=0;entryPerimeter=0;strokeColor=#FF9999;strokeWidth=3;" target="0vQu63eh7_hz7IOFjZfk-65">
+           <mxGeometry relative="1" as="geometry">
+             <Array as="points">
+               <mxPoint x="758" y="170" />
+               <mxPoint x="637" y="170" />
+             </Array>
+           </mxGeometry>
+         </mxCell>
+         <mxCell id="JjxT6XXtwAddX6sOskqe-5" edge="1" parent="0vQu63eh7_hz7IOFjZfk-2" source="0vQu63eh7_hz7IOFjZfk-34" style="edgeStyle=orthogonalEdgeStyle;rounded=0;orthogonalLoop=1;jettySize=auto;html=1;exitX=1;exitY=1;exitDx=0;exitDy=0;entryX=0.556;entryY=0.021;entryDx=0;entryDy=0;entryPerimeter=0;strokeColor=#66CC00;strokeWidth=3;" target="0vQu63eh7_hz7IOFjZfk-67">
+           <mxGeometry relative="1" as="geometry">
+             <Array as="points">
+               <mxPoint x="818" y="170" />
+               <mxPoint x="933" y="170" />
+             </Array>
+           </mxGeometry>
+         </mxCell>
+         <mxCell id="0vQu63eh7_hz7IOFjZfk-86" edge="1" parent="1" source="0vQu63eh7_hz7IOFjZfk-67" style="edgeStyle=orthogonalEdgeStyle;rounded=0;orthogonalLoop=1;jettySize=auto;html=1;exitX=0.5;exitY=1;exitDx=0;exitDy=0;entryX=0.448;entryY=0;entryDx=0;entryDy=0;entryPerimeter=0;fontColor=#0000CC;strokeColor=#0000FF;strokeWidth=3;" target="0vQu63eh7_hz7IOFjZfk-73">
+           <mxGeometry relative="1" as="geometry">
+             <Array as="points">
+               <mxPoint x="1005" y="480" />
+               <mxPoint x="225" y="480" />
+             </Array>
+           </mxGeometry>
        </mxCell>
      </root>
    </mxGraphModel>
  </diagram>
  <diagram id="ZDdy4ylPSpOC2Ge6VpiW" name="Page-2">
    <mxGraphModel dx="2066" dy="743" grid="1" gridSize="10" guides="1" tooltips="1" connect="1" arrows="1" fold="1" page="1" pageScale="1" pageWidth="1100" pageHeight="850" math="0" shadow="0">
      <root>
        <mxCell id="0" />
        <mxCell id="1" parent="0" />
        <mxCell id="_GW_QHAqRueJzuYdTQVs-1" parent="1" style="swimlane;startSize=20;horizontal=0;html=1;fillColor=#e1d5e7;strokeColor=#9933FF;strokeWidth=2;" value="Warehouse Separtment" vertex="1">
          <mxGeometry height="270" width="1330" x="110" y="150" as="geometry" />
        </mxCell>
        <mxCell id="JTW380UVqBL9k5zzlviH-1" parent="_GW_QHAqRueJzuYdTQVs-1" style="html=1;dashed=0;whiteSpace=wrap;fillColor=#f8cecc;gradientColor=#ea6b66;strokeColor=#9999FF;strokeWidth=2;" value="&lt;font style=&quot;font-size: 13px; color: rgb(0, 0, 255);&quot;&gt;&lt;b&gt;Goods Dispatched to Customer&lt;/b&gt;&lt;/font&gt;" vertex="1">
          <mxGeometry height="50" width="100" x="220" y="75" as="geometry" />
        </mxCell>
        <mxCell id="Y0x97Svv89Kf0asxUhHi-3" edge="1" parent="_GW_QHAqRueJzuYdTQVs-1" source="Y0x97Svv89Kf0asxUhHi-1" style="edgeStyle=orthogonalEdgeStyle;rounded=0;orthogonalLoop=1;jettySize=auto;html=1;exitX=0.5;exitY=1;exitDx=0;exitDy=0;entryX=0;entryY=0.5;entryDx=0;entryDy=0;strokeWidth=2;strokeColor=#0000FF;" target="JTW380UVqBL9k5zzlviH-1">
          <mxGeometry relative="1" as="geometry" />
        </mxCell>
        <mxCell id="Y0x97Svv89Kf0asxUhHi-1" parent="_GW_QHAqRueJzuYdTQVs-1" style="shape=offPageConnector;whiteSpace=wrap;html=1;direction=north;strokeColor=#9999FF;fillColor=#E11998;align=left;strokeWidth=2;" value="&lt;b style=&quot;color: rgb(0, 0, 255); font-size: 13px; text-wrap-mode: nowrap;&quot;&gt;Continued&lt;br&gt;&amp;nbsp;Page 2&lt;/b&gt;" vertex="1">
          <mxGeometry height="80" width="80" x="70" y="60" as="geometry" />
        </mxCell>
        <mxCell id="VSqCA1LAcqbEIX1a-AIG-1" parent="1" style="swimlane;startSize=20;horizontal=0;html=1;whiteSpace=wrap;fillColor=#ffcc99;strokeColor=#FF9933;strokeWidth=2;" value="&lt;span style=&quot;text-wrap-mode: nowrap;&quot;&gt;Billing /&lt;/span&gt;&lt;br style=&quot;text-wrap-mode: nowrap;&quot;&gt;&lt;span style=&quot;text-wrap-mode: nowrap;&quot;&gt;Accounts Receivable&lt;/span&gt;" vertex="1">
          <mxGeometry height="170" width="1330" x="110" y="420" as="geometry" />
        </mxCell>
        <mxCell id="KsxiR5SY5I83CpnIQ7mC-4" edge="1" parent="VSqCA1LAcqbEIX1a-AIG-1" source="2IOCe_ZcG10jMQKezpJ2-1" style="edgeStyle=orthogonalEdgeStyle;rounded=0;orthogonalLoop=1;jettySize=auto;html=1;exitX=1;exitY=0.5;exitDx=0;exitDy=0;entryX=0;entryY=0.5;entryDx=0;entryDy=0;strokeColor=#0000FF;strokeWidth=2;" target="2IOCe_ZcG10jMQKezpJ2-2">
          <mxGeometry relative="1" as="geometry" />
        </mxCell>
        <mxCell id="2IOCe_ZcG10jMQKezpJ2-1" parent="VSqCA1LAcqbEIX1a-AIG-1" style="html=1;dashed=0;whiteSpace=wrap;strokeWidth=2;fillColor=#f8cecc;gradientColor=#ea6b66;strokeColor=#9999FF;" value="&lt;b&gt;&lt;font style=&quot;font-size: 13px; color: rgb(0, 0, 255);&quot;&gt;Dispatch Confirmation Received&lt;/font&gt;&lt;/b&gt;" vertex="1">
          <mxGeometry height="50" width="100" x="50" y="50" as="geometry" />
        </mxCell>
        <mxCell id="KsxiR5SY5I83CpnIQ7mC-5" edge="1" parent="VSqCA1LAcqbEIX1a-AIG-1" source="2IOCe_ZcG10jMQKezpJ2-2" style="edgeStyle=orthogonalEdgeStyle;rounded=0;orthogonalLoop=1;jettySize=auto;html=1;exitX=1;exitY=0.5;exitDx=0;exitDy=0;entryX=0;entryY=0.5;entryDx=0;entryDy=0;strokeColor=#0000FF;strokeWidth=2;" target="dAGMuh-EUK1Y8pTE6-PC-2">
          <mxGeometry relative="1" as="geometry" />
        </mxCell>
        <mxCell id="2IOCe_ZcG10jMQKezpJ2-2" parent="VSqCA1LAcqbEIX1a-AIG-1" style="shape=document;whiteSpace=wrap;html=1;boundedLbl=1;fillColor=#ffff88;strokeColor=#9999FF;strokeWidth=2;" value="&lt;font style=&quot;font-size: 13px; color: rgb(0, 0, 255);&quot;&gt;&lt;b&gt;Invoice Generated &amp;amp; Sent to Customer&lt;/b&gt;&lt;/font&gt;" vertex="1">
          <mxGeometry height="80" width="120" x="229" y="35" as="geometry" />
        </mxCell>
        <mxCell id="KsxiR5SY5I83CpnIQ7mC-6" edge="1" parent="VSqCA1LAcqbEIX1a-AIG-1" source="dAGMuh-EUK1Y8pTE6-PC-2" style="edgeStyle=orthogonalEdgeStyle;rounded=0;orthogonalLoop=1;jettySize=auto;html=1;exitX=1;exitY=0.5;exitDx=0;exitDy=0;entryX=0;entryY=0.5;entryDx=0;entryDy=0;strokeColor=#0000FF;strokeWidth=2;" target="dAGMuh-EUK1Y8pTE6-PC-4">
          <mxGeometry relative="1" as="geometry" />
        </mxCell>
        <mxCell id="dAGMuh-EUK1Y8pTE6-PC-2" parent="VSqCA1LAcqbEIX1a-AIG-1" style="html=1;dashed=0;whiteSpace=wrap;strokeWidth=2;fillColor=#f8cecc;gradientColor=#ea6b66;strokeColor=#9999FF;" value="&lt;b&gt;&lt;font style=&quot;font-size: 13px; color: rgb(0, 0, 255);&quot;&gt;Payment Received from Customer&lt;/font&gt;&lt;/b&gt;" vertex="1">
          <mxGeometry height="50" width="110" x="423" y="50" as="geometry" />
        </mxCell>
        <mxCell id="KsxiR5SY5I83CpnIQ7mC-8" edge="1" parent="VSqCA1LAcqbEIX1a-AIG-1" source="dAGMuh-EUK1Y8pTE6-PC-4" style="edgeStyle=orthogonalEdgeStyle;rounded=0;orthogonalLoop=1;jettySize=auto;html=1;exitX=1;exitY=0.5;exitDx=0;exitDy=0;entryX=0;entryY=0.5;entryDx=0;entryDy=0;strokeColor=#0000FF;strokeWidth=2;" target="dAGMuh-EUK1Y8pTE6-PC-6">
          <mxGeometry relative="1" as="geometry" />
        </mxCell>
        <mxCell id="dAGMuh-EUK1Y8pTE6-PC-4" parent="VSqCA1LAcqbEIX1a-AIG-1" style="shape=document;whiteSpace=wrap;html=1;boundedLbl=1;fillColor=#ffff88;strokeColor=#9999FF;strokeWidth=2;" value="&lt;font style=&quot;font-size: 13px; color: rgb(0, 0, 255);&quot;&gt;&lt;b&gt;Remittance Advice Recorded&lt;/b&gt;&lt;/font&gt;" vertex="1">
          <mxGeometry height="75" width="110" x="611" y="37.5" as="geometry" />
        </mxCell>
        <mxCell id="dAGMuh-EUK1Y8pTE6-PC-6" parent="VSqCA1LAcqbEIX1a-AIG-1" style="html=1;dashed=0;whiteSpace=wrap;strokeWidth=2;fillColor=#f8cecc;gradientColor=#ea6b66;strokeColor=#9999FF;" value="&lt;b&gt;&lt;font style=&quot;font-size: 13px; color: rgb(0, 0, 255);&quot;&gt;Cash Posted to Accounts Receivable&lt;/font&gt;&lt;/b&gt;" vertex="1">
          <mxGeometry height="50" width="110" x="800" y="50" as="geometry" />
        </mxCell>
        <mxCell id="dAGMuh-EUK1Y8pTE6-PC-8" parent="VSqCA1LAcqbEIX1a-AIG-1" style="strokeWidth=2;html=1;shape=mxgraph.flowchart.terminator;whiteSpace=wrap;fillColor=#d5e8d4;gradientColor=#97d077;strokeColor=#66B2FF;" value="&lt;font style=&quot;font-size: 13px; color: rgb(0, 0, 255);&quot;&gt;&lt;b&gt;END&lt;/b&gt;&lt;/font&gt;" vertex="1">
          <mxGeometry height="45" width="90" x="980" y="50" as="geometry" />
        </mxCell>
        <mxCell id="uHHicwT-v_B4AunEQLIp-2" edge="1" parent="VSqCA1LAcqbEIX1a-AIG-1" source="dAGMuh-EUK1Y8pTE6-PC-6" style="edgeStyle=orthogonalEdgeStyle;rounded=0;orthogonalLoop=1;jettySize=auto;html=1;exitX=1;exitY=0.5;exitDx=0;exitDy=0;entryX=0.111;entryY=0.556;entryDx=0;entryDy=0;entryPerimeter=0;strokeWidth=2;strokeColor=#0000FF;" target="dAGMuh-EUK1Y8pTE6-PC-8">
          <mxGeometry relative="1" as="geometry" />
        </mxCell>
        <mxCell id="dAGMuh-EUK1Y8pTE6-PC-10" edge="1" parent="1" source="JTW380UVqBL9k5zzlviH-1" style="edgeStyle=orthogonalEdgeStyle;rounded=0;orthogonalLoop=1;jettySize=auto;html=1;exitX=0.5;exitY=1;exitDx=0;exitDy=0;entryX=0.5;entryY=0;entryDx=0;entryDy=0;strokeColor=#0000FF;strokeWidth=3;" target="2IOCe_ZcG10jMQKezpJ2-1">
          <mxGeometry relative="1" as="geometry" />
        </mxCell>
        <mxCell id="Vm9v1WHijWWdkQHgRR_g-1" parent="1" style="text;html=1;whiteSpace=wrap;strokeColor=none;fillColor=none;align=center;verticalAlign=middle;rounded=0;" value="&lt;div style=&quot;font-weight: 700; text-align: left;&quot;&gt;&lt;font style=&quot;font-size: 13px;&quot;&gt;ACCT 341&lt;/font&gt;&lt;/div&gt;&lt;span style=&quot;font-weight: 700; text-align: left;&quot;&gt;&lt;font style=&quot;font-size: 13px;&quot;&gt;Name：Miaoqing ZHeng&lt;/font&gt;&lt;/span&gt;&lt;div style=&quot;font-weight: 700; text-align: left;&quot;&gt;&lt;font style=&quot;font-size: 13px;&quot;&gt;ID: 23296511&lt;/font&gt;&lt;/div&gt;&lt;div style=&quot;font-weight: 700; text-align: left;&quot;&gt;&lt;font style=&quot;font-size: 13px;&quot;&gt;Date：03/28/2026&lt;/font&gt;&lt;/div&gt;" vertex="1">
          <mxGeometry height="30" width="220" x="130" y="80" as="geometry" />
        </mxCell>
      </root>
    </mxGraphModel>
  </diagram>
</mxfile>
